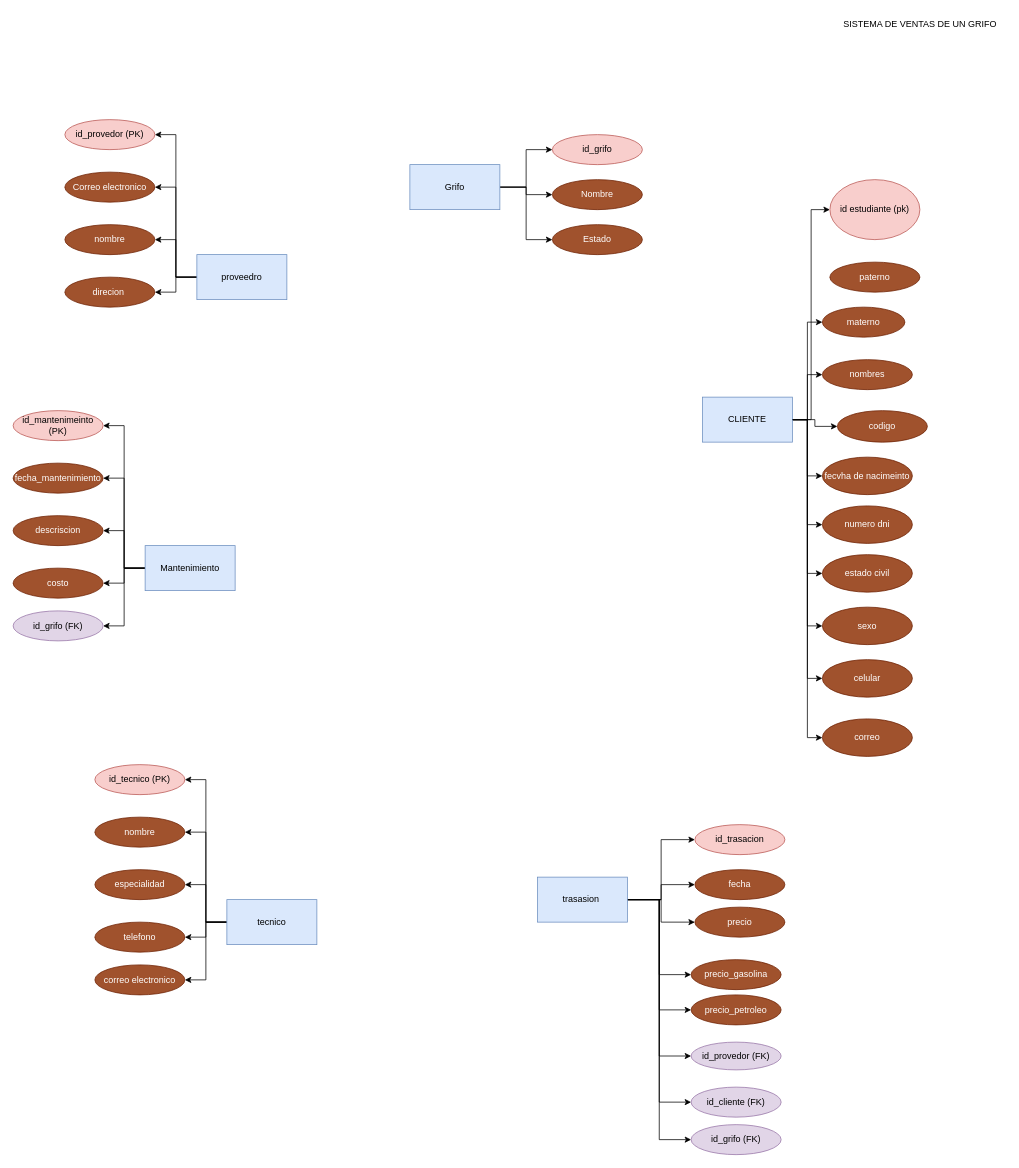
Above: Diagrama TALEA título.drawio in alexanderhuahuacccapacc/BDn (draw.io), before the change. Source tidied: cells renumbered, new cells numbered last; positions are measured from the earlier drawing's top-left corner, leaving out a move shared by most shapes. Both pictures are drawn from the tidied source at 75%, with x=0, y=0 at pixel (13, 13).
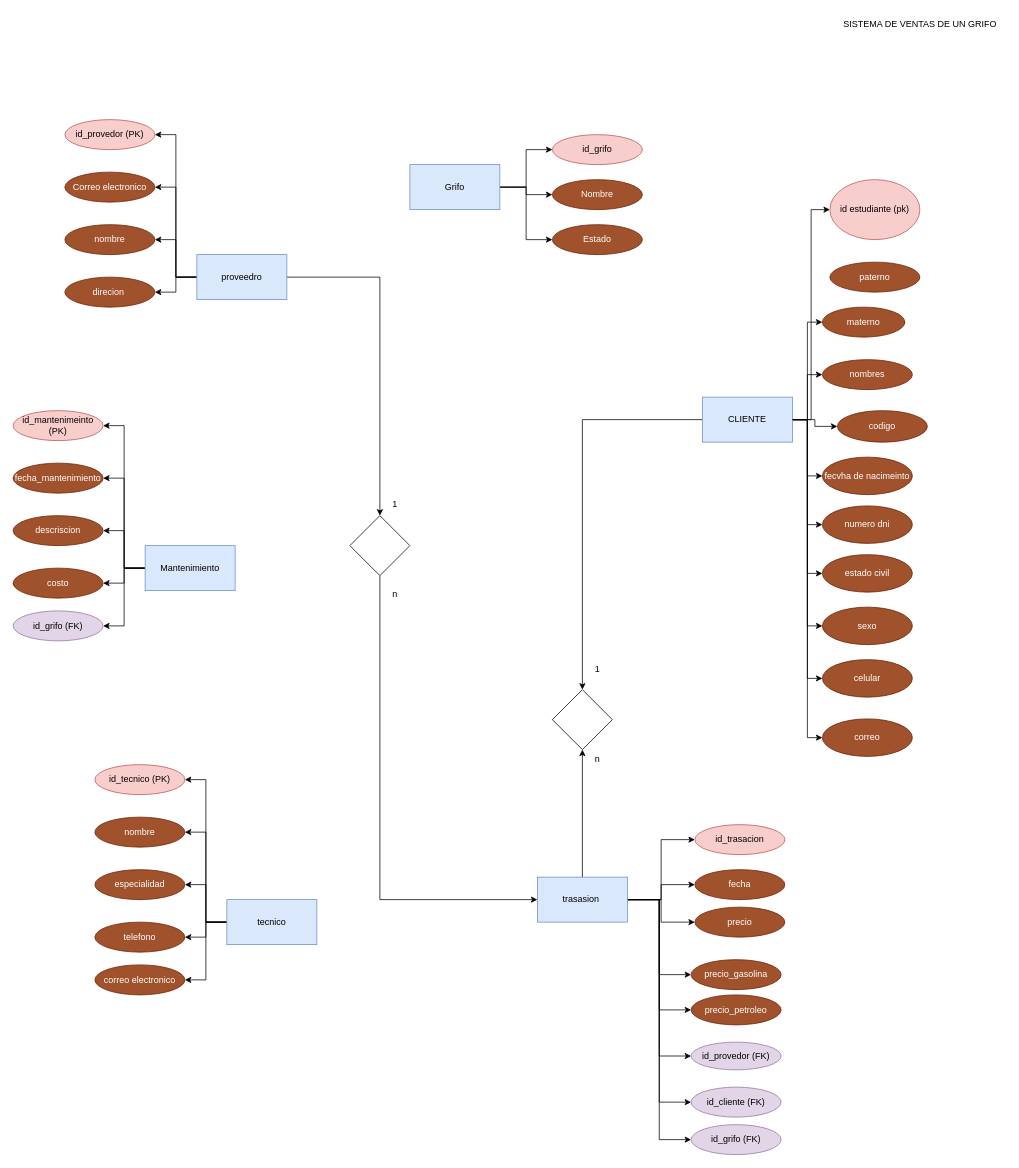
The same diagram, later.

The change refers to these unchanged cells:
```xml
<mxCell id="11" value="&lt;div&gt;CLIENTE&lt;/div&gt;" style="rounded=0;whiteSpace=wrap;html=1;fillColor=#dae8fc;strokeColor=#6c8ebf;" parent="1" vertex="1">
  <mxGeometry x="919" y="512" width="120" height="60" as="geometry" />
</mxCell>
<mxCell id="36" value="proveedro" style="rounded=0;whiteSpace=wrap;html=1;fillColor=#dae8fc;strokeColor=#6c8ebf;" parent="1" vertex="1">
  <mxGeometry x="245" y="322" width="120" height="60" as="geometry" />
</mxCell>
<mxCell id="71" value="trasasion&amp;nbsp;" style="rounded=0;whiteSpace=wrap;html=1;fillColor=#dae8fc;strokeColor=#6c8ebf;" parent="1" vertex="1">
  <mxGeometry x="699" y="1152" width="120" height="60" as="geometry" />
</mxCell>
```

Change to the diagram source:
```diff
@@
+    <mxCell id="80" style="edgeStyle=orthogonalEdgeStyle;rounded=0;jettySize=auto;html=1;entryX=0.5;entryY=0;entryDx=0;entryDy=0;" parent="1" edge="1" source="11" target="83">
+      <mxGeometry relative="1" as="geometry" />
+    </mxCell>
@@
+    <mxCell id="81" style="edgeStyle=orthogonalEdgeStyle;rounded=0;jettySize=auto;html=1;entryX=0.5;entryY=0;entryDx=0;entryDy=0;" parent="1" edge="1" source="36" target="87">
+      <mxGeometry relative="1" as="geometry" />
+    </mxCell>
@@
+    <mxCell id="82" style="edgeStyle=orthogonalEdgeStyle;rounded=0;jettySize=auto;html=1;entryX=0.5;entryY=1;entryDx=0;entryDy=0;" parent="1" edge="1" source="71" target="83">
+      <mxGeometry relative="1" as="geometry" />
+    </mxCell>
@@
+    <mxCell id="83" style="rhombus;whiteSpace=wrap;html=1;" parent="1" vertex="1">
+      <mxGeometry x="719" y="902" width="80" height="80" as="geometry" />
+    </mxCell>
+    <mxCell id="84" value="1" style="text;html=1;align=center;verticalAlign=middle;strokeColor=none;fillColor=none;" parent="1" vertex="1">
+      <mxGeometry x="764" y="860" width="30" height="30" as="geometry" />
+    </mxCell>
+    <mxCell id="85" value="n" style="text;html=1;align=center;verticalAlign=middle;strokeColor=none;fillColor=none;" parent="1" vertex="1">
+      <mxGeometry x="764" y="980" width="30" height="30" as="geometry" />
+    </mxCell>
+    <mxCell id="86" style="edgeStyle=orthogonalEdgeStyle;rounded=0;jettySize=auto;html=1;entryX=0;entryY=0.5;entryDx=0;entryDy=0;" parent="1" edge="1" source="87" target="71">
+      <mxGeometry relative="1" as="geometry">
+        <Array as="points">
+          <mxPoint x="489" y="1182" />
+        </Array>
+      </mxGeometry>
+    </mxCell>
+    <mxCell id="87" style="rhombus;whiteSpace=wrap;html=1;" parent="1" vertex="1">
+      <mxGeometry x="449" y="670" width="80" height="80" as="geometry" />
+    </mxCell>
+    <mxCell id="88" value="1" style="text;html=1;align=center;verticalAlign=middle;strokeColor=none;fillColor=none;" parent="1" vertex="1">
+      <mxGeometry x="494" y="640" width="30" height="30" as="geometry" />
+    </mxCell>
+    <mxCell id="89" value="n" style="text;html=1;align=center;verticalAlign=middle;strokeColor=none;fillColor=none;" parent="1" vertex="1">
+      <mxGeometry x="494" y="760" width="30" height="30" as="geometry" />
+    </mxCell>
```
